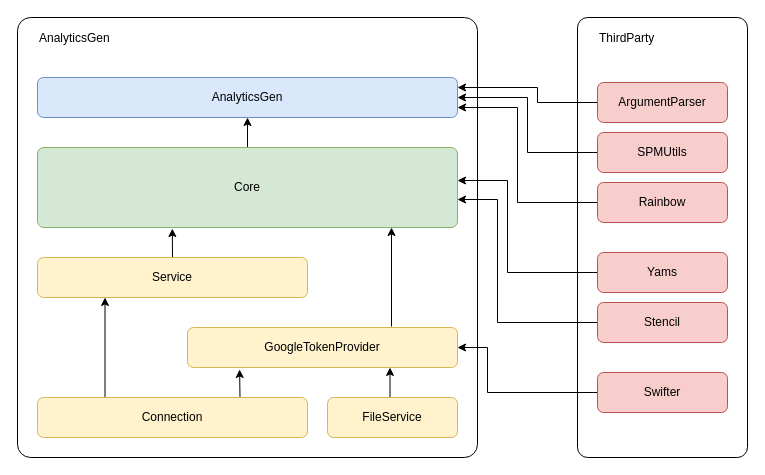
The draw.io diagram Resources/Modularity.drawio in alexfilimon/swift-analytics-gen, before the edit. Source tidied: cells renumbered, new cells numbered last; positions are measured from the earlier drawing's top-left corner, leaving out a move shared by most shapes. Both pictures are drawn from the tidied source at 100%, with x=0, y=0 at pixel (17, 17).
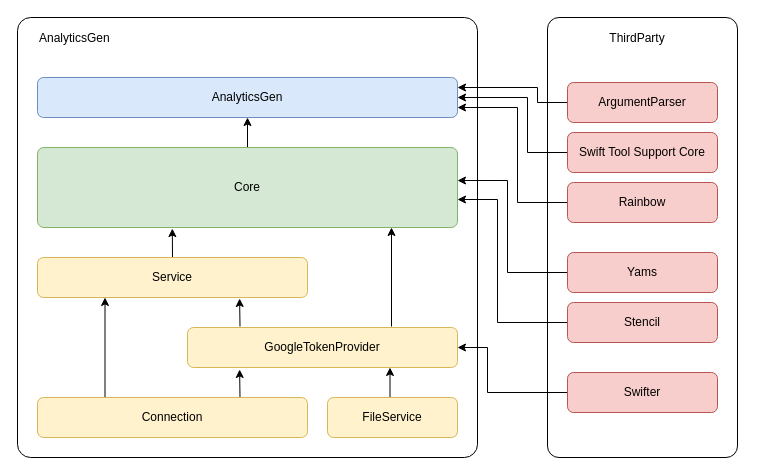
After the change.

Diff of the diagram source:
```diff
@@
+    <mxCell id="4" style="rounded=1;whiteSpace=wrap;html=1;arcSize=6;" parent="1" vertex="1">
+      <mxGeometry x="530" width="190" height="440" as="geometry" />
+    </mxCell>
@@
-    <mxCell id="4" style="rounded=1;whiteSpace=wrap;html=1;arcSize=6;" parent="1" vertex="1">
-      <mxGeometry x="560" width="170" height="440" as="geometry" />
-    </mxCell>
@@
-    <mxCell id="18" value="SPMUtils" style="rounded=1;whiteSpace=wrap;html=1;fillColor=#f8cecc;strokeColor=#b85450;" parent="1" vertex="1">
-      <mxGeometry x="580" y="115" width="130" height="40" as="geometry" />
+    <mxCell id="18" value="Swift Tool Support Core" style="rounded=1;whiteSpace=wrap;html=1;fillColor=#f8cecc;strokeColor=#b85450;" parent="1" vertex="1">
+      <mxGeometry x="550" y="115" width="150" height="40" as="geometry" />
     </mxCell>
@@
     <mxCell id="20" value="ArgumentParser" style="rounded=1;whiteSpace=wrap;html=1;fillColor=#f8cecc;strokeColor=#b85450;" parent="1" vertex="1">
-      <mxGeometry x="580" y="65" width="130" height="40" as="geometry" />
+      <mxGeometry x="550" y="65" width="150" height="40" as="geometry" />
     </mxCell>
@@
     <mxCell id="22" value="Rainbow" style="rounded=1;whiteSpace=wrap;html=1;fillColor=#f8cecc;strokeColor=#b85450;" parent="1" vertex="1">
-      <mxGeometry x="580" y="165" width="130" height="40" as="geometry" />
+      <mxGeometry x="550" y="165" width="150" height="40" as="geometry" />
     </mxCell>
@@
     <mxCell id="24" value="Yams" style="rounded=1;whiteSpace=wrap;html=1;fillColor=#f8cecc;strokeColor=#b85450;" parent="1" vertex="1">
-      <mxGeometry x="580" y="235" width="130" height="40" as="geometry" />
+      <mxGeometry x="550" y="235" width="150" height="40" as="geometry" />
     </mxCell>
@@
     <mxCell id="26" value="Stencil" style="rounded=1;whiteSpace=wrap;html=1;fillColor=#f8cecc;strokeColor=#b85450;" parent="1" vertex="1">
-      <mxGeometry x="580" y="285" width="130" height="40" as="geometry" />
+      <mxGeometry x="550" y="285" width="150" height="40" as="geometry" />
     </mxCell>
@@
     <mxCell id="28" value="Swifter" style="rounded=1;whiteSpace=wrap;html=1;fillColor=#f8cecc;strokeColor=#b85450;" parent="1" vertex="1">
-      <mxGeometry x="580" y="355" width="130" height="40" as="geometry" />
+      <mxGeometry x="550" y="355" width="150" height="40" as="geometry" />
     </mxCell>
+    <mxCell id="30" style="edgeStyle=orthogonalEdgeStyle;rounded=0;orthogonalLoop=1;jettySize=auto;html=1;exitX=0.75;exitY=0;exitDx=0;exitDy=0;entryX=0.193;entryY=1.05;entryDx=0;entryDy=0;entryPerimeter=0;" parent="1" edge="1">
+      <mxGeometry relative="1" as="geometry">
+        <mxPoint x="222.5" y="309" as="sourcePoint" />
+        <mxPoint x="222.1" y="281" as="targetPoint" />
+      </mxGeometry>
+    </mxCell>
-    <mxCell id="29" value="ThirdParty" style="text;html=1;strokeColor=none;fillColor=none;align=left;verticalAlign=middle;whiteSpace=wrap;rounded=0;" parent="1" vertex="1">
-      <mxGeometry x="580" y="11" width="110" height="20" as="geometry" />
+    <mxCell id="29" value="&lt;span style=&quot;text-align: left&quot;&gt;ThirdParty&lt;/span&gt;" style="text;html=1;align=center;verticalAlign=middle;whiteSpace=wrap;rounded=0;fillColor=#ffffff;" parent="1" vertex="1">
+      <mxGeometry x="580" y="11" width="80" height="20" as="geometry" />
     </mxCell>
```
